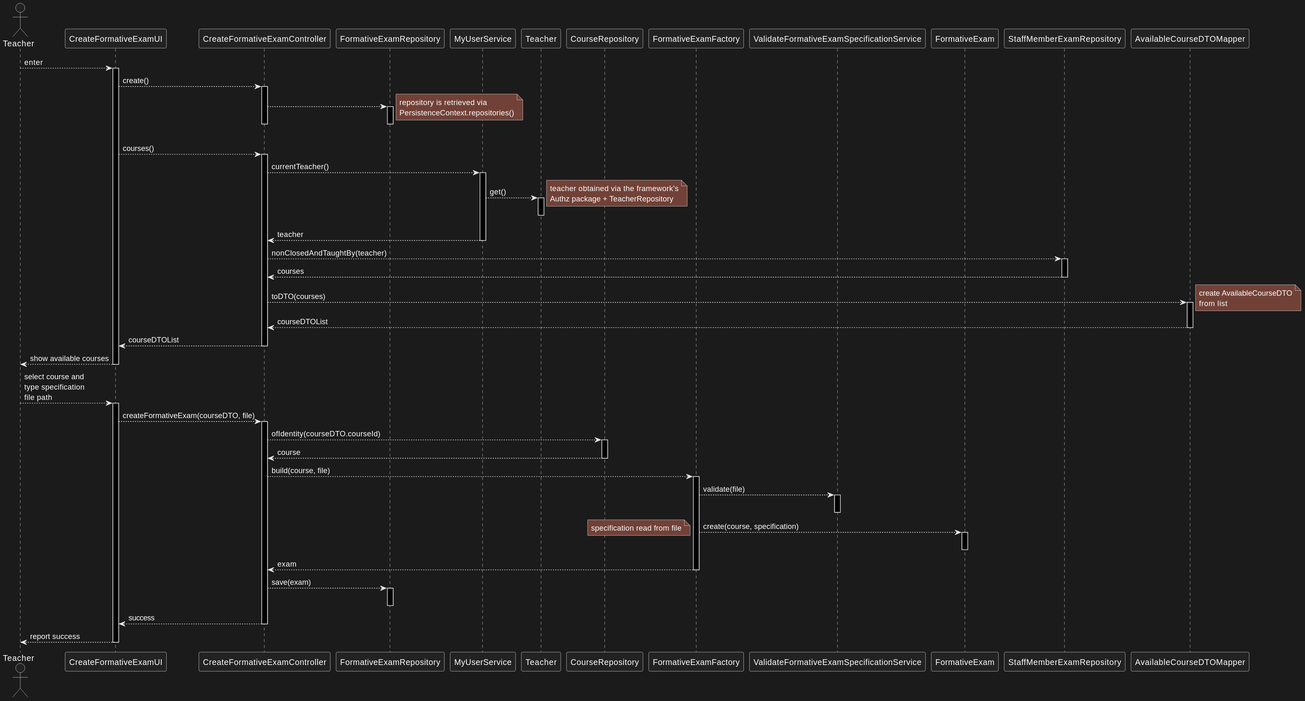
Before: docs/us_2008/sd.svg, a diagram exported from PlantUML (jovami/isep-lapr4).
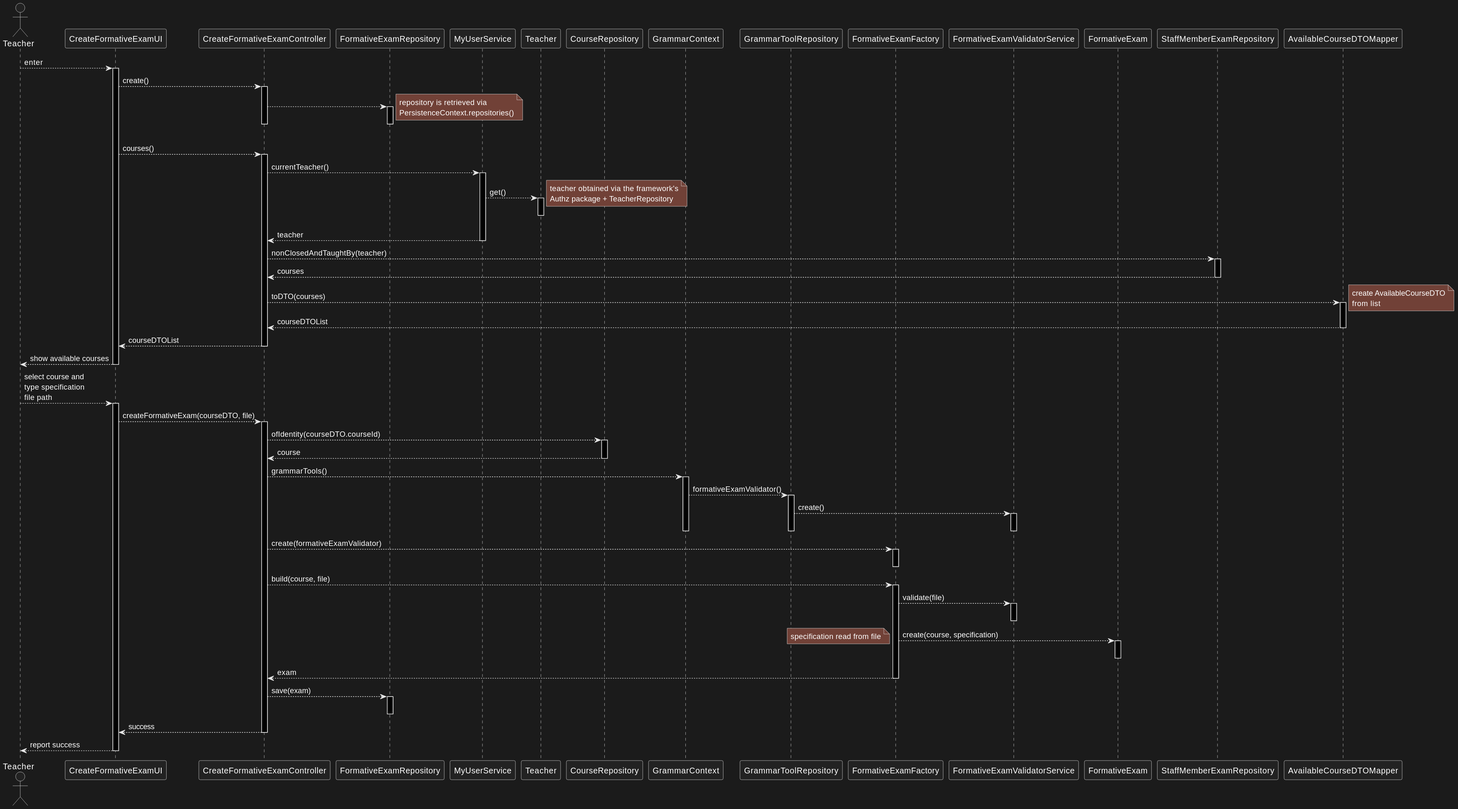
Later version of the same file.

What changed in the source:
```diff
@@ -10,8 +10,11 @@
 
 participant CourseRepository as c_repo
 
+participant GrammarContext as ctx
+participant GrammarToolRepository as grepo
+
 participant FormativeExamFactory as fact
-participant ValidateFormativeExamSpecificationService as svc
+participant FormativeExamValidatorService as svc
 
 participant FormativeExam as exam
 
@@ -74,6 +77,20 @@
             c_repo --> ctrl : course
         deactivate c_repo
 
+        ctrl --> ctx : grammarTools()
+        activate ctx
+            ctx --> grepo : formativeExamValidator()
+            activate grepo
+                grepo --> svc : create()
+                activate svc
+                deactivate svc
+            deactivate grepo
+        deactivate ctx
+
+        ctrl --> fact : create(formativeExamValidator)
+        activate fact
+        deactivate fact
+
         ctrl --> fact : build(course, file)
         activate fact
             fact --> svc : validate(file)
```
